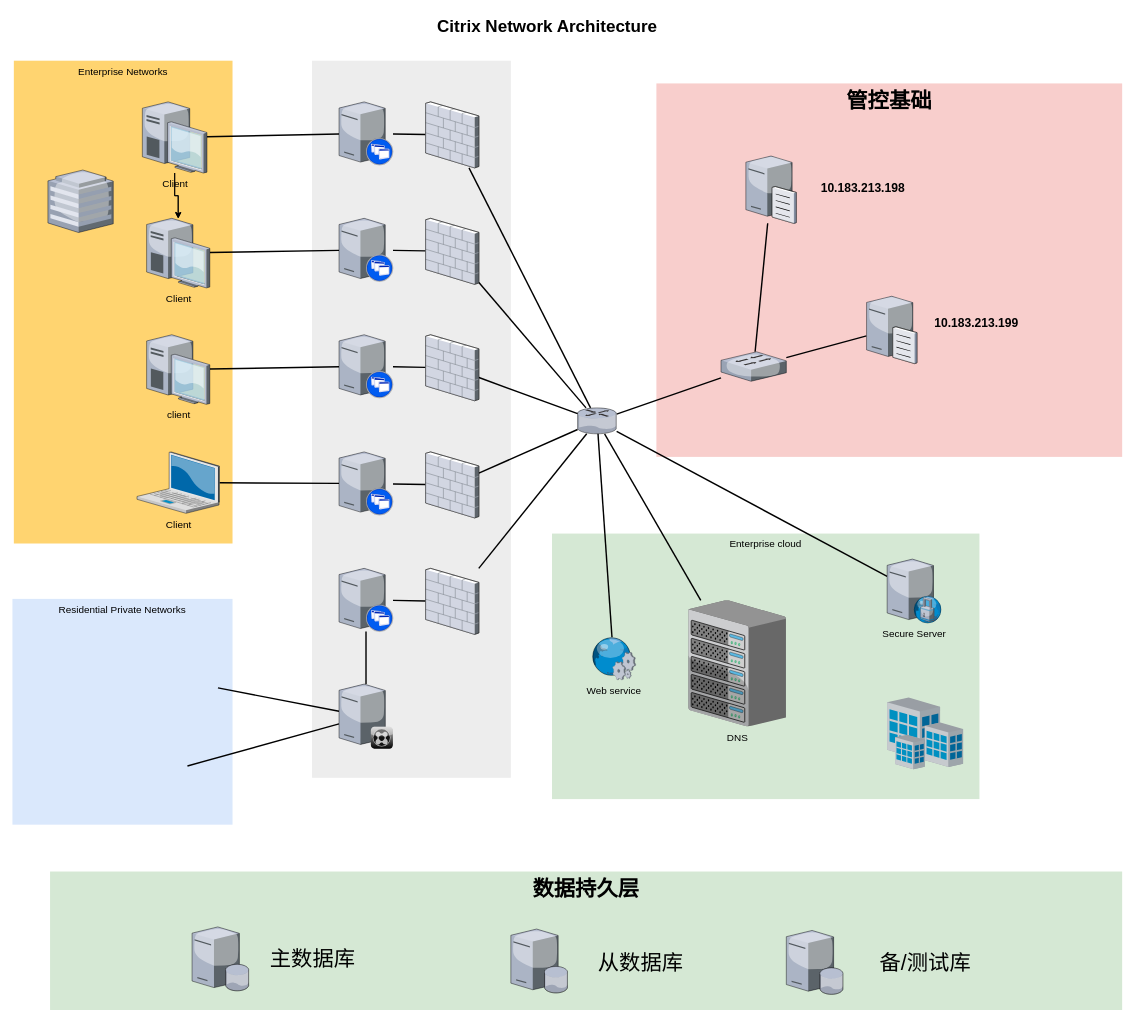
Above: 未命名绘图.drawio in MaskJS/draw.io (draw.io), before the change. Source tidied: cells renumbered, new cells numbered last; positions are measured from the earlier drawing's top-left corner, leaving out a move shared by most shapes. Both pictures are drawn from the tidied source at 71%, with x=0, y=0 at pixel (12, 12).
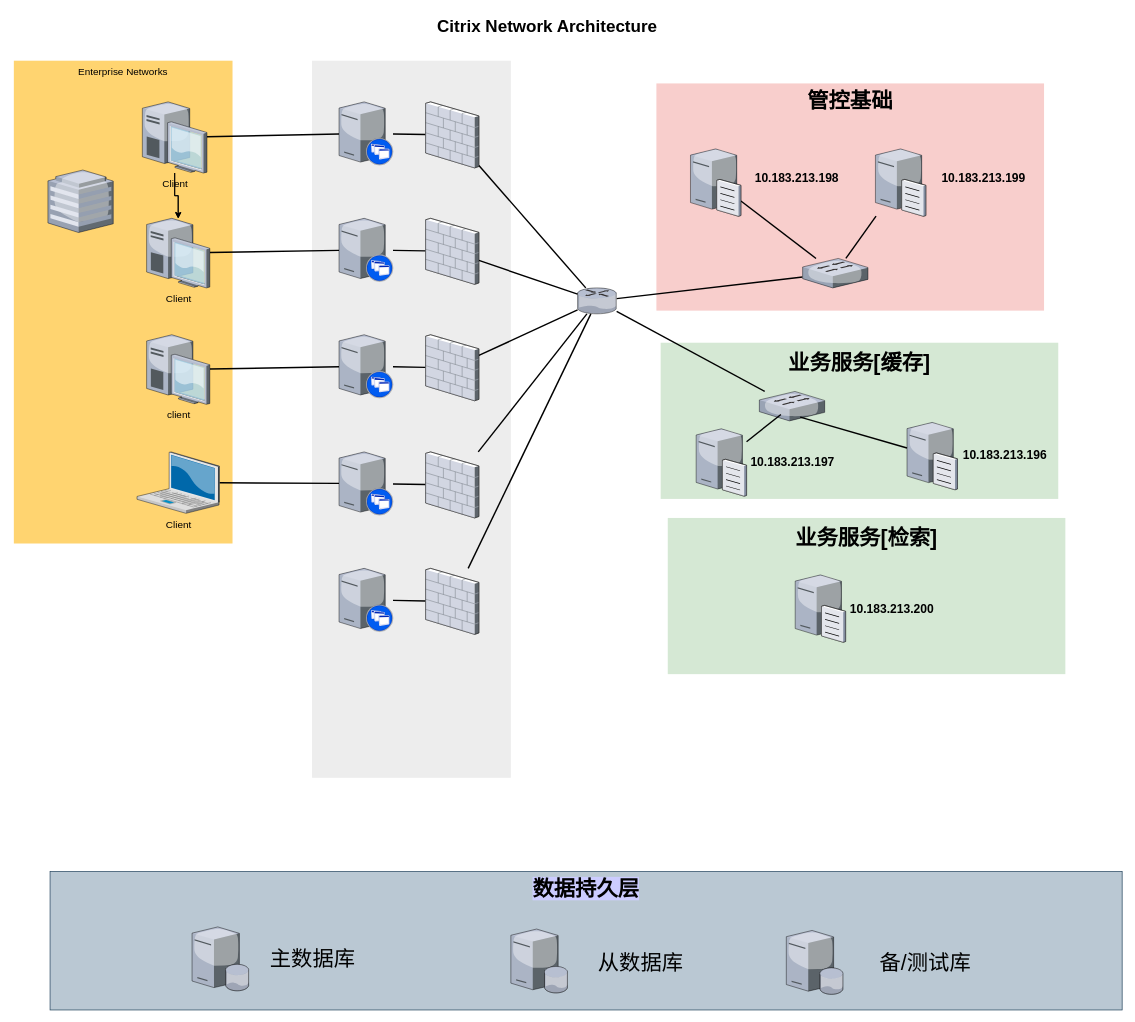
Above is the later version.

The change refers to these unchanged cells:
```xml
<mxCell id="21" style="verticalLabelPosition=bottom;html=1;verticalAlign=top;strokeColor=none;shape=mxgraph.citrix.xenapp_server;fillColor=#66B2FF;gradientColor=#0066CC;fontSize=14;" parent="1" vertex="1">
  <mxGeometry x="460" y="783" width="76" height="89" as="geometry" />
</mxCell>
```

Diff of the diagram source:
```diff
@@
     <mxCell id="2" value="&lt;b&gt;&lt;font style=&quot;font-size: 30px;&quot;&gt;管控基础&lt;/font&gt;&lt;/b&gt;" style="whiteSpace=wrap;html=1;fillColor=#f8cecc;fontSize=14;strokeColor=none;verticalAlign=top;" parent="1" vertex="1">
-      <mxGeometry x="907" y="100" width="656" height="526" as="geometry" />
+      <mxGeometry x="907" y="100" width="546" height="320" as="geometry" />
     </mxCell>
-    <mxCell id="3" value="Enterprise cloud" style="whiteSpace=wrap;html=1;fillColor=#d5e8d4;fontSize=14;strokeColor=none;verticalAlign=top;" parent="1" vertex="1">
-      <mxGeometry x="760" y="734" width="602" height="374" as="geometry" />
+    <mxCell id="3" value="&lt;p style=&quot;text-indent: 0pt; text-align: left; vertical-align: middle; line-height: 12pt;&quot; class=&quot;MsoNormal&quot;&gt;&lt;b style=&quot;font-size: 30px;&quot;&gt;&lt;font style=&quot;font-size: 30px;&quot;&gt;&lt;span style=&quot;font-family: 宋体;&quot;&gt;业务服务[&lt;/span&gt;&lt;/font&gt;&lt;/b&gt;&lt;b style=&quot;font-family: 宋体; background-color: initial; text-align: center;&quot;&gt;&lt;span style=&quot;font-size: 30px;&quot;&gt;缓存]&lt;/span&gt;&lt;/b&gt;&lt;/p&gt;" style="whiteSpace=wrap;html=1;fillColor=#d5e8d4;fontSize=14;strokeColor=none;verticalAlign=top;" parent="1" vertex="1">
+      <mxGeometry x="913" y="465.2" width="560" height="220" as="geometry" />
     </mxCell>
@@
-    <mxCell id="5" value="Residential Private Networks" style="whiteSpace=wrap;html=1;fillColor=#dae8fc;fontSize=14;strokeColor=none;verticalAlign=top;" parent="1" vertex="1">
-      <mxGeometry y="826" width="310" height="318" as="geometry" />
-    </mxCell>
@@
-    <mxCell id="7" style="edgeStyle=none;rounded=0;html=1;startSize=10;endSize=10;jettySize=auto;fontSize=14;endArrow=none;endFill=0;strokeWidth=2;" parent="1" edge="1" target="35">
-      <mxGeometry relative="1" as="geometry">
-        <mxPoint x="289.5" y="951.4" as="sourcePoint" />
-      </mxGeometry>
-    </mxCell>
@@
-    <mxCell id="19" style="edgeStyle=none;rounded=0;html=1;startSize=10;endSize=10;jettySize=auto;fontSize=14;endArrow=none;endFill=0;strokeWidth=2;" parent="1" edge="1" target="35">
-      <mxGeometry relative="1" as="geometry">
-        <mxPoint x="246.5" y="1061.3" as="sourcePoint" />
-      </mxGeometry>
-    </mxCell>
@@
-    <mxCell id="30" style="edgeStyle=none;rounded=0;html=1;startSize=10;endSize=10;jettySize=auto;fontSize=14;endArrow=none;endFill=0;strokeWidth=2;" parent="1" edge="1" source="33" target="36">
-      <mxGeometry relative="1" as="geometry" />
-    </mxCell>
@@
-    <mxCell id="32" style="edgeStyle=none;rounded=0;html=1;startSize=10;endSize=10;jettySize=auto;fontSize=14;endArrow=none;endFill=0;strokeWidth=2;" parent="1" edge="1" source="33" target="48">
-      <mxGeometry relative="1" as="geometry" />
-    </mxCell>
     <mxCell id="33" style="verticalLabelPosition=bottom;html=1;verticalAlign=top;strokeColor=none;shape=mxgraph.citrix.router;fillColor=#66B2FF;gradientColor=#0066CC;fontSize=14;" parent="1" vertex="1">
-      <mxGeometry x="796" y="557" width="55" height="36.5" as="geometry" />
+      <mxGeometry x="796" y="388" width="55" height="36.5" as="geometry" />
     </mxCell>
-    <mxCell id="34" style="edgeStyle=none;rounded=0;html=1;startSize=10;endSize=10;jettySize=auto;fontSize=14;endArrow=none;endFill=0;strokeWidth=2;" parent="1" edge="1" source="35" target="21">
-      <mxGeometry relative="1" as="geometry" />
-    </mxCell>
-    <mxCell id="35" style="verticalLabelPosition=bottom;html=1;verticalAlign=top;strokeColor=none;shape=mxgraph.citrix.xenclient_synchronizer;fillColor=#CCCCCC;gradientColor=#000000;gradientDirection=south;fontSize=14;" parent="1" vertex="1">
-      <mxGeometry x="460" y="946" width="76" height="91" as="geometry" />
-    </mxCell>
-    <mxCell id="36" value="DNS" style="verticalLabelPosition=bottom;html=1;verticalAlign=top;strokeColor=none;shape=mxgraph.citrix.chassis;fillColor=#66B2FF;gradientColor=#0066CC;fontSize=14;" parent="1" vertex="1">
-      <mxGeometry x="952" y="828" width="137.5" height="177.5" as="geometry" />
-    </mxCell>
@@
-    <mxCell id="48" value="Secure Server" style="verticalLabelPosition=bottom;html=1;verticalAlign=top;strokeColor=none;shape=mxgraph.citrix.proxy_server;fillColor=#66B2FF;gradientColor=#0066CC;fontSize=14;" parent="1" vertex="1">
-      <mxGeometry x="1232" y="770" width="76.5" height="90" as="geometry" />
-    </mxCell>
@@
     <mxCell id="51" style="verticalLabelPosition=bottom;html=1;verticalAlign=top;strokeColor=none;shape=mxgraph.citrix.switch;fillColor=#66B2FF;gradientColor=#0066CC;fontSize=14;" parent="1" vertex="1">
-      <mxGeometry x="998" y="478" width="92" height="41.5" as="geometry" />
+      <mxGeometry x="1113" y="346.5" width="92" height="41.5" as="geometry" />
     </mxCell>
-    <mxCell id="52" style="edgeStyle=none;rounded=0;html=1;startSize=10;endSize=10;jettySize=auto;fontSize=14;endArrow=none;endFill=0;strokeWidth=2;" parent="1" edge="1" source="53" target="33">
-      <mxGeometry relative="1" as="geometry" />
-    </mxCell>
-    <mxCell id="53" value="Web service" style="verticalLabelPosition=bottom;html=1;verticalAlign=top;strokeColor=none;shape=mxgraph.citrix.web_service;fillColor=#66B2FF;gradientColor=#0066CC;fontSize=14;" parent="1" vertex="1">
-      <mxGeometry x="815" y="880" width="63" height="60" as="geometry" />
-    </mxCell>
-    <mxCell id="54" style="verticalLabelPosition=bottom;html=1;verticalAlign=top;strokeColor=none;shape=mxgraph.citrix.site;fillColor=#66B2FF;gradientColor=#0066CC;fontSize=14;" parent="1" vertex="1">
-      <mxGeometry x="1232" y="965" width="107" height="101" as="geometry" />
-    </mxCell>
@@
     <mxCell id="56" style="verticalLabelPosition=bottom;sketch=0;html=1;verticalAlign=top;align=center;outlineConnect=0;shape=mxgraph.citrix.file_server;labelBackgroundColor=none;" parent="1" vertex="1">
-      <mxGeometry x="1033" y="200" width="71" height="97" as="geometry" />
+      <mxGeometry x="955" y="190" width="71" height="97" as="geometry" />
     </mxCell>
     <mxCell id="57" style="verticalLabelPosition=bottom;sketch=0;html=1;verticalAlign=top;strokeColor=none;align=center;outlineConnect=0;shape=mxgraph.citrix.file_server;" parent="1" vertex="1">
-      <mxGeometry x="1203" y="397.5" width="71" height="97" as="geometry" />
+      <mxGeometry x="1215.5" y="190" width="71" height="97" as="geometry" />
     </mxCell>
     <mxCell id="58" value="10.183.213.198" style="text;strokeColor=none;align=center;fillColor=none;html=1;verticalAlign=middle;whiteSpace=wrap;rounded=0;labelBackgroundColor=none;fontSize=17;fontStyle=1;" parent="1" vertex="1">
-      <mxGeometry x="1133" y="233.5" width="130" height="30" as="geometry" />
+      <mxGeometry x="1040" y="219" width="130" height="30" as="geometry" />
     </mxCell>
     <mxCell id="59" value="10.183.213.199" style="text;strokeColor=none;align=center;fillColor=none;html=1;verticalAlign=middle;whiteSpace=wrap;rounded=0;labelBackgroundColor=none;fontSize=17;fontStyle=1;" parent="1" vertex="1">
-      <mxGeometry x="1293" y="424" width="130" height="30" as="geometry" />
+      <mxGeometry x="1303" y="219" width="130" height="30" as="geometry" />
     </mxCell>
-    <mxCell id="60" value="&lt;b&gt;&lt;font style=&quot;font-size: 30px;&quot;&gt;数据持久层&lt;/font&gt;&lt;/b&gt;" style="whiteSpace=wrap;html=1;fontSize=14;verticalAlign=top;fillColor=#d5e8d4;strokeColor=none;" parent="1" vertex="1">
+    <mxCell id="60" value="&lt;b&gt;&lt;font style=&quot;font-size: 30px; background-color: rgb(204, 204, 255);&quot;&gt;数据持久层&lt;/font&gt;&lt;/b&gt;" style="whiteSpace=wrap;html=1;fontSize=14;verticalAlign=top;fillColor=#bac8d3;strokeColor=#23445d;" parent="1" vertex="1">
       <mxGeometry x="53" y="1210" width="1510" height="195" as="geometry" />
     </mxCell>
@@
+    <mxCell id="67" style="verticalLabelPosition=bottom;sketch=0;html=1;verticalAlign=top;align=center;outlineConnect=0;shape=mxgraph.citrix.file_server;labelBackgroundColor=none;" parent="1" vertex="1">
+      <mxGeometry x="1260" y="575.2" width="71" height="97" as="geometry" />
+    </mxCell>
+    <mxCell id="68" value="10.183.213.196" style="text;strokeColor=none;align=center;fillColor=none;html=1;verticalAlign=middle;whiteSpace=wrap;rounded=0;labelBackgroundColor=none;fontSize=17;fontStyle=1;" parent="1" vertex="1">
+      <mxGeometry x="1333" y="608.8" width="130" height="30" as="geometry" />
+    </mxCell>
+    <mxCell id="69" style="verticalLabelPosition=bottom;sketch=0;html=1;verticalAlign=top;align=center;outlineConnect=0;shape=mxgraph.citrix.file_server;labelBackgroundColor=none;" parent="1" vertex="1">
+      <mxGeometry x="963" y="584.2" width="71" height="97" as="geometry" />
+    </mxCell>
+    <mxCell id="70" value="10.183.213.197" style="text;strokeColor=none;align=center;fillColor=none;html=1;verticalAlign=middle;whiteSpace=wrap;rounded=0;labelBackgroundColor=none;fontSize=17;fontStyle=1;" parent="1" vertex="1">
+      <mxGeometry x="1034" y="619.8" width="130" height="30" as="geometry" />
+    </mxCell>
+    <mxCell id="71" style="verticalLabelPosition=bottom;html=1;verticalAlign=top;strokeColor=none;shape=mxgraph.citrix.switch;fillColor=#66B2FF;gradientColor=#0066CC;fontSize=14;" parent="1" vertex="1">
+      <mxGeometry x="1052" y="533.8" width="92" height="41.5" as="geometry" />
+    </mxCell>
+    <mxCell id="72" style="edgeStyle=none;rounded=0;html=1;startSize=10;endSize=10;jettySize=auto;fontSize=14;endArrow=none;endFill=0;strokeWidth=2;entryX=0.33;entryY=0.783;entryDx=0;entryDy=0;entryPerimeter=0;" parent="1" edge="1" source="69" target="71">
+      <mxGeometry relative="1" as="geometry" />
+    </mxCell>
+    <mxCell id="73" style="edgeStyle=none;rounded=0;html=1;startSize=10;endSize=10;jettySize=auto;fontSize=14;endArrow=none;endFill=0;strokeWidth=2;entryX=0.626;entryY=0.871;entryDx=0;entryDy=0;entryPerimeter=0;" parent="1" edge="1" source="67" target="71">
+      <mxGeometry relative="1" as="geometry" />
+    </mxCell>
+    <mxCell id="74" style="edgeStyle=none;rounded=0;html=1;startSize=10;endSize=10;jettySize=auto;fontSize=14;endArrow=none;endFill=0;strokeWidth=2;" parent="1" edge="1" source="33" target="71">
+      <mxGeometry relative="1" as="geometry" />
+    </mxCell>
+    <mxCell id="75" value="&lt;p style=&quot;text-indent: 0pt; text-align: left; vertical-align: middle; line-height: 12pt;&quot; class=&quot;MsoNormal&quot;&gt;&lt;b style=&quot;font-size: 30px;&quot;&gt;&lt;font style=&quot;font-size: 30px;&quot;&gt;&lt;span style=&quot;font-family: 宋体;&quot;&gt;业务服务[检索&lt;/span&gt;&lt;/font&gt;&lt;/b&gt;&lt;b style=&quot;font-family: 宋体; background-color: initial; text-align: center;&quot;&gt;&lt;span style=&quot;font-size: 30px;&quot;&gt;]&lt;/span&gt;&lt;/b&gt;&lt;/p&gt;" style="whiteSpace=wrap;html=1;fillColor=#d5e8d4;fontSize=14;strokeColor=none;verticalAlign=top;" parent="1" vertex="1">
+      <mxGeometry x="923" y="712" width="560" height="220" as="geometry" />
+    </mxCell>
+    <mxCell id="76" style="verticalLabelPosition=bottom;sketch=0;html=1;verticalAlign=top;align=center;shape=mxgraph.citrix.file_server;labelBackgroundColor=none;" parent="1" vertex="1">
+      <mxGeometry x="1102.5" y="790" width="71" height="97" as="geometry" />
+    </mxCell>
+    <mxCell id="77" value="10.183.213.200" style="text;strokeColor=none;align=center;fillColor=none;html=1;verticalAlign=middle;whiteSpace=wrap;rounded=0;labelBackgroundColor=none;fontSize=17;fontStyle=1;" parent="1" vertex="1">
+      <mxGeometry x="1173.5" y="825.5" width="130" height="30" as="geometry" />
+    </mxCell>
```
